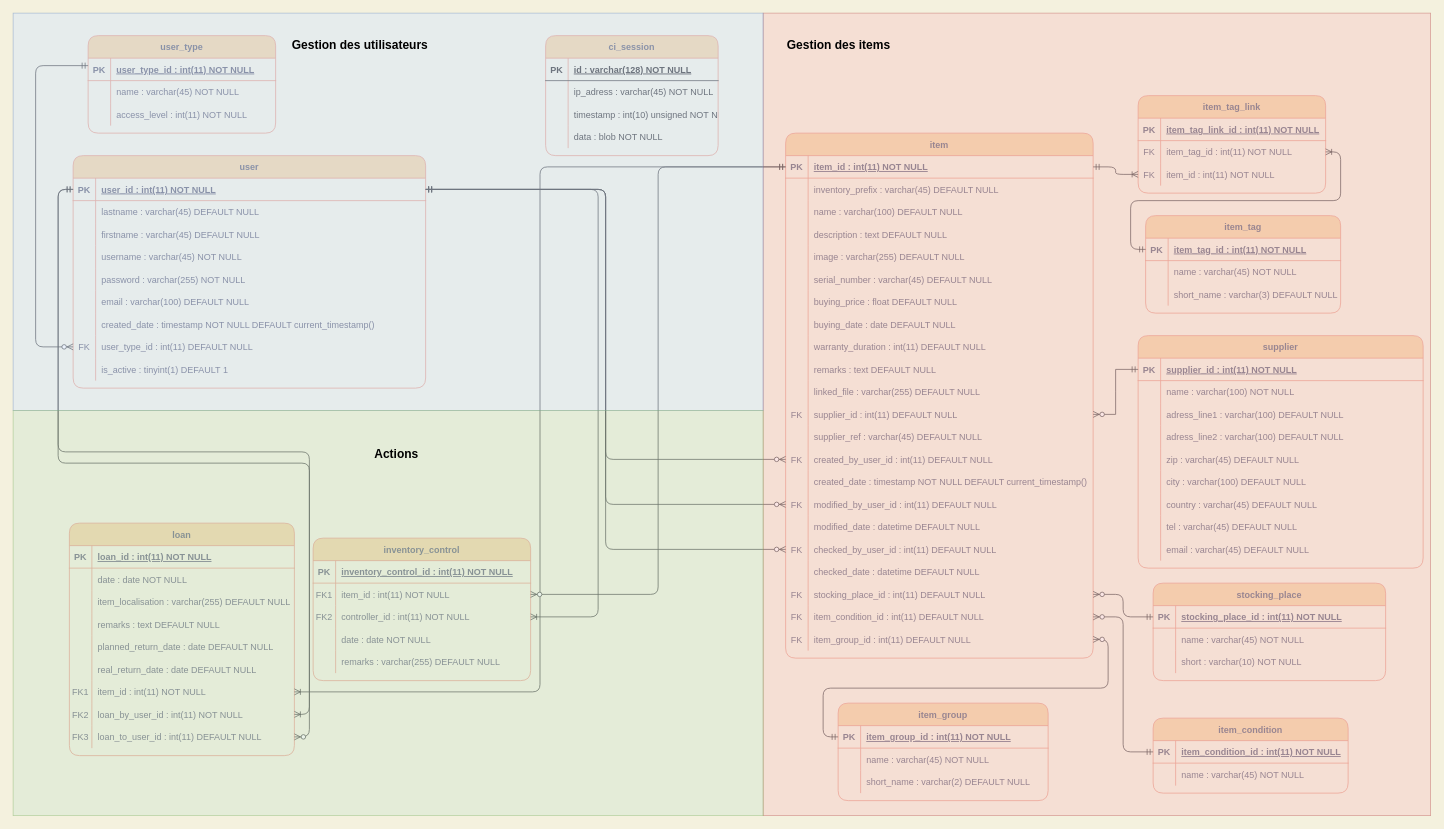
The draw.io diagram documentation/stock_20210511.drawio in OrifInformatique/stock, before the edit. Source tidied: cells renumbered, new cells numbered last; positions are measured from the earlier drawing's top-left corner, leaving out a move shared by most shapes. Both pictures are drawn from the tidied source at 75%, with x=0, y=0 at pixel (13, 13).
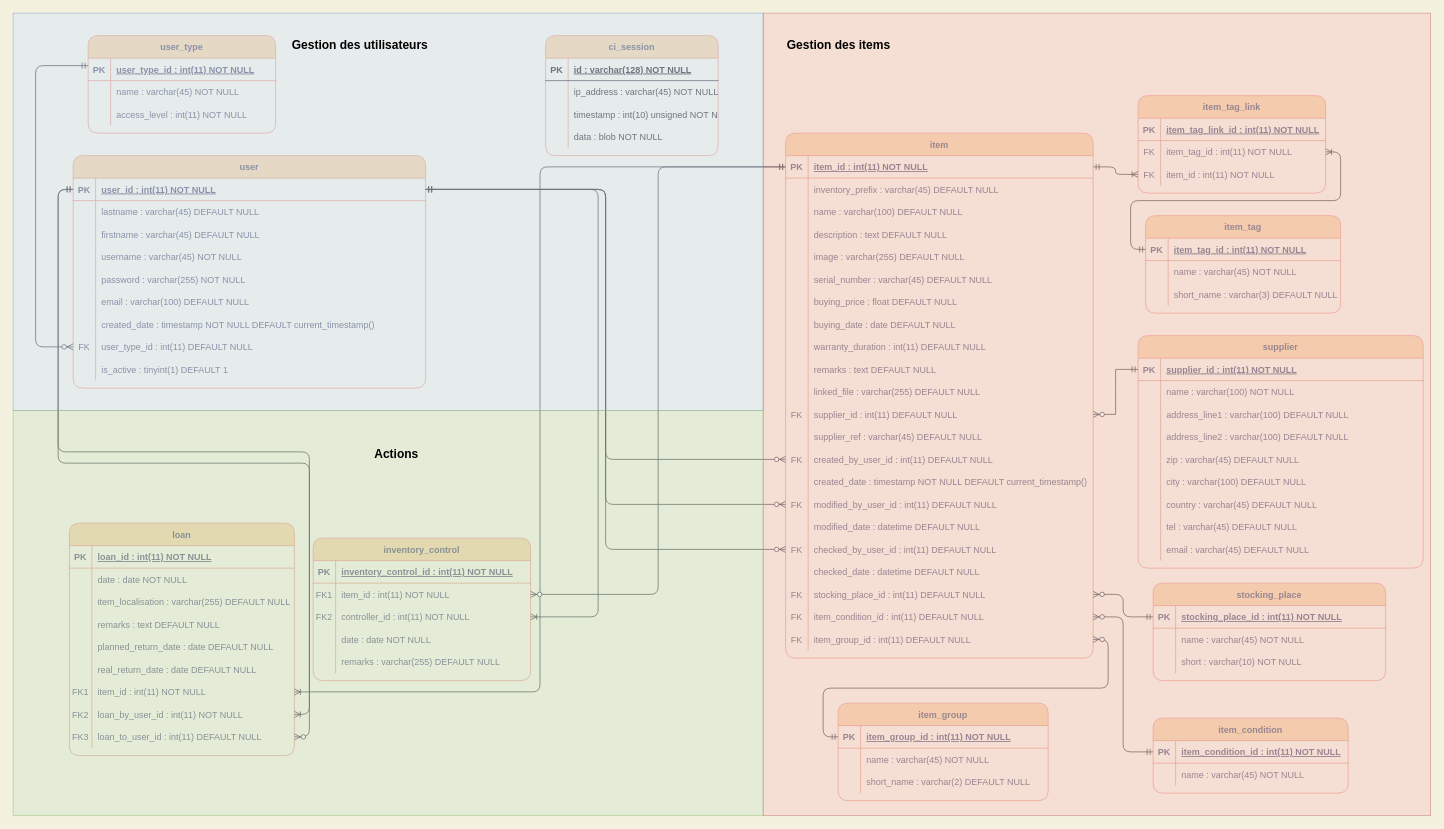
After the change.

Commit message:
corrected a few spelling mistakes in the db's diagram

Unchanged cells that the change refers to:
```xml
<mxCell id="91" style="shape=partialRectangle;fillColor=none;top=0;left=0;bottom=0;right=0;strokeColor=#E07A5F;fontColor=#393C56;rounded=1;" parent="84" vertex="1">
  <mxGeometry y="90" width="380" height="30" as="geometry" />
</mxCell>
<mxCell id="94" style="shape=partialRectangle;fillColor=none;top=0;left=0;bottom=0;right=0;strokeColor=#E07A5F;fontColor=#393C56;rounded=1;" parent="84" vertex="1">
  <mxGeometry y="120" width="380" height="30" as="geometry" />
</mxCell>
<mxCell id="230" style="shape=partialRectangle;fillColor=none;top=0;left=0;bottom=0;right=0;rounded=1;" parent="226" vertex="1">
  <mxGeometry y="60" width="230" height="30" as="geometry" />
</mxCell>
```

Diff of the diagram source:
```diff
@@
-    <mxCell id="93" value="adress_line1 : varchar(100) DEFAULT NULL" style="shape=partialRectangle;fillColor=none;top=0;left=0;bottom=0;right=0;align=left;spacingLeft=6;overflow=hidden;strokeColor=#E07A5F;fontColor=#393C56;rounded=1;" parent="91" vertex="1">
+    <mxCell id="93" value="address_line1 : varchar(100) DEFAULT NULL" style="shape=partialRectangle;fillColor=none;top=0;left=0;bottom=0;right=0;align=left;spacingLeft=6;overflow=hidden;strokeColor=#E07A5F;fontColor=#393C56;rounded=1;" parent="91" vertex="1">
       <mxGeometry x="30" width="350" height="30" as="geometry" />
     </mxCell>
@@
-    <mxCell id="96" value="adress_line2 : varchar(100) DEFAULT NULL" style="shape=partialRectangle;fillColor=none;top=0;left=0;bottom=0;right=0;align=left;spacingLeft=6;overflow=hidden;strokeColor=#E07A5F;fontColor=#393C56;rounded=1;" parent="94" vertex="1">
+    <mxCell id="96" value="address_line2 : varchar(100) DEFAULT NULL" style="shape=partialRectangle;fillColor=none;top=0;left=0;bottom=0;right=0;align=left;spacingLeft=6;overflow=hidden;strokeColor=#E07A5F;fontColor=#393C56;rounded=1;" parent="94" vertex="1">
       <mxGeometry x="30" width="350" height="30" as="geometry" />
     </mxCell>
@@
-    <mxCell id="232" value="ip_adress : varchar(45) NOT NULL" style="shape=partialRectangle;fillColor=none;top=0;left=0;bottom=0;right=0;align=left;spacingLeft=6;overflow=hidden;rounded=1;" parent="230" vertex="1">
+    <mxCell id="232" value="ip_address : varchar(45) NOT NULL" style="shape=partialRectangle;fillColor=none;top=0;left=0;bottom=0;right=0;align=left;spacingLeft=6;overflow=hidden;rounded=1;" parent="230" vertex="1">
       <mxGeometry x="30" width="200" height="30" as="geometry" />
     </mxCell>
```
